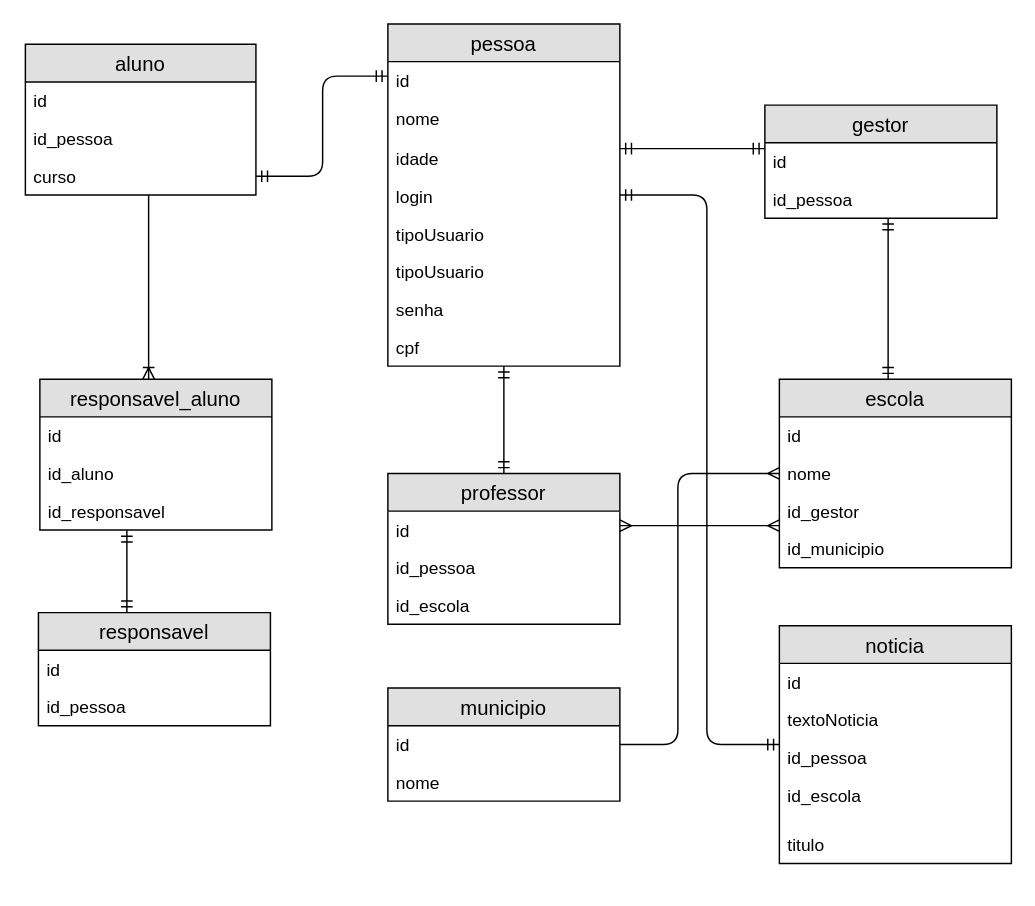
Above: ModeloRelacional.drawio in juliaguardiani/diagramas (draw.io), before the change. Source tidied: cells renumbered, new cells numbered last; positions are measured from the earlier drawing's top-left corner, leaving out a move shared by most shapes. Both pictures are drawn from the tidied source at 145%, with x=0, y=0 at pixel (25, 23).
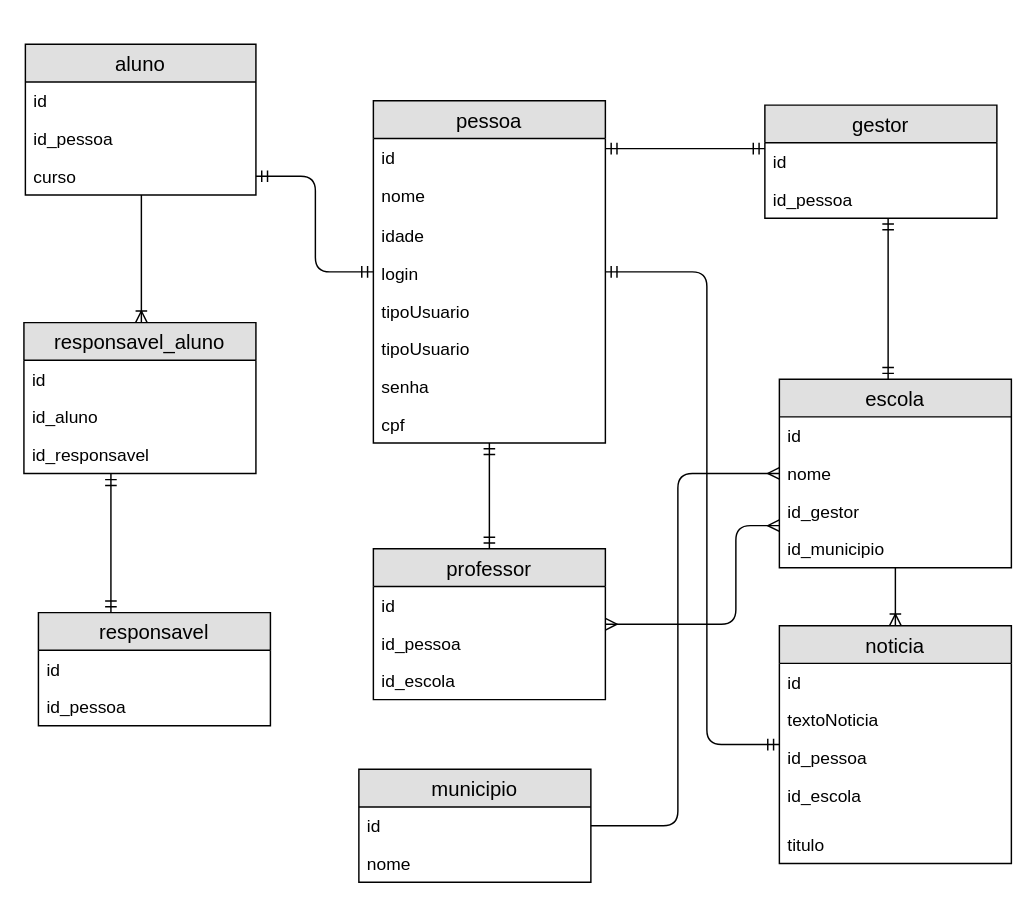
Above is the later version.

Unchanged cells that the change refers to:
```xml
<mxCell id="5" value="escola" style="swimlane;fontStyle=0;horizontal=1;startSize=26;fillColor=#e0e0e0;swimlaneFillColor=#ffffff;align=center;fontSize=14;" parent="1" vertex="1">
  <mxGeometry x="520" y="245" width="160" height="130" as="geometry" />
</mxCell>
<mxCell id="10" value="aluno" style="swimlane;fontStyle=0;horizontal=1;startSize=26;fillColor=#e0e0e0;swimlaneFillColor=#ffffff;align=center;fontSize=14;" parent="1" vertex="1">
  <mxGeometry y="14" width="159" height="104" as="geometry" />
</mxCell>
<mxCell id="14" value="curso" style="text;strokeColor=none;fillColor=none;spacingLeft=4;spacingRight=4;overflow=hidden;points=[[0,0.5],[1,0.5]];portConstraint=eastwest;fontSize=12;" parent="10" vertex="1">
  <mxGeometry y="78" width="159" height="26" as="geometry" />
</mxCell>
<mxCell id="29" value="noticia" style="swimlane;fontStyle=0;horizontal=1;startSize=26;fillColor=#e0e0e0;swimlaneFillColor=#ffffff;align=center;fontSize=14;" parent="1" vertex="1">
  <mxGeometry x="520" y="415" width="160" height="164" as="geometry" />
</mxCell>
```

Change to the diagram source:
```diff
@@
-    <mxCell id="11" style="edgeStyle=elbowEdgeStyle;fontSize=12;html=1;endArrow=ERmandOne;startArrow=ERmandOne;exitX=1;exitY=0.5;exitDx=0;exitDy=0;" parent="10" edge="1" source="14">
-      <mxGeometry relative="1" as="geometry">
-        <mxPoint x="250" y="22" as="targetPoint" />
-      </mxGeometry>
-    </mxCell>
@@
     <mxCell id="18" value="professor" style="swimlane;fontStyle=0;horizontal=1;startSize=26;fillColor=#e0e0e0;swimlaneFillColor=#ffffff;align=center;fontSize=14;" parent="1" vertex="1">
-      <mxGeometry x="250" y="310" width="160" height="104" as="geometry" />
+      <mxGeometry x="240" y="362" width="160" height="104" as="geometry" />
     </mxCell>
@@
     <mxCell id="22" value="municipio" style="swimlane;fontStyle=0;horizontal=1;startSize=26;fillColor=#e0e0e0;swimlaneFillColor=#ffffff;align=center;fontSize=14;" parent="1" vertex="1">
-      <mxGeometry x="250" y="458" width="160" height="78" as="geometry" />
+      <mxGeometry x="230" y="514" width="160" height="78" as="geometry" />
     </mxCell>
@@
     <mxCell id="25" value="responsavel_aluno" style="swimlane;fontStyle=0;horizontal=1;startSize=26;fillColor=#e0e0e0;swimlaneFillColor=#ffffff;align=center;fontSize=14;" parent="1" vertex="1">
-      <mxGeometry x="10" y="245" width="160" height="104" as="geometry" />
+      <mxGeometry x="-1" y="206" width="160" height="104" as="geometry" />
     </mxCell>
@@
     <mxCell id="35" value="pessoa" style="swimlane;fontStyle=0;horizontal=1;startSize=26;fillColor=#e0e0e0;swimlaneFillColor=#ffffff;align=center;fontSize=14;" parent="1" vertex="1">
-      <mxGeometry x="250" width="160" height="236" as="geometry" />
+      <mxGeometry x="240" y="53" width="160" height="236" as="geometry" />
     </mxCell>
@@
+    <mxCell id="52" style="edgeStyle=elbowEdgeStyle;fontSize=12;html=1;endArrow=ERoneToMany;" parent="1" edge="1" source="5" target="29">
+      <mxGeometry relative="1" as="geometry" />
+    </mxCell>
+    <mxCell id="11" style="edgeStyle=elbowEdgeStyle;fontSize=12;html=1;endArrow=ERmandOne;startArrow=ERmandOne;exitX=1;exitY=0.5;exitDx=0;exitDy=0;" parent="1" edge="1" source="14" target="35">
+      <mxGeometry relative="1" as="geometry" />
+    </mxCell>
```
